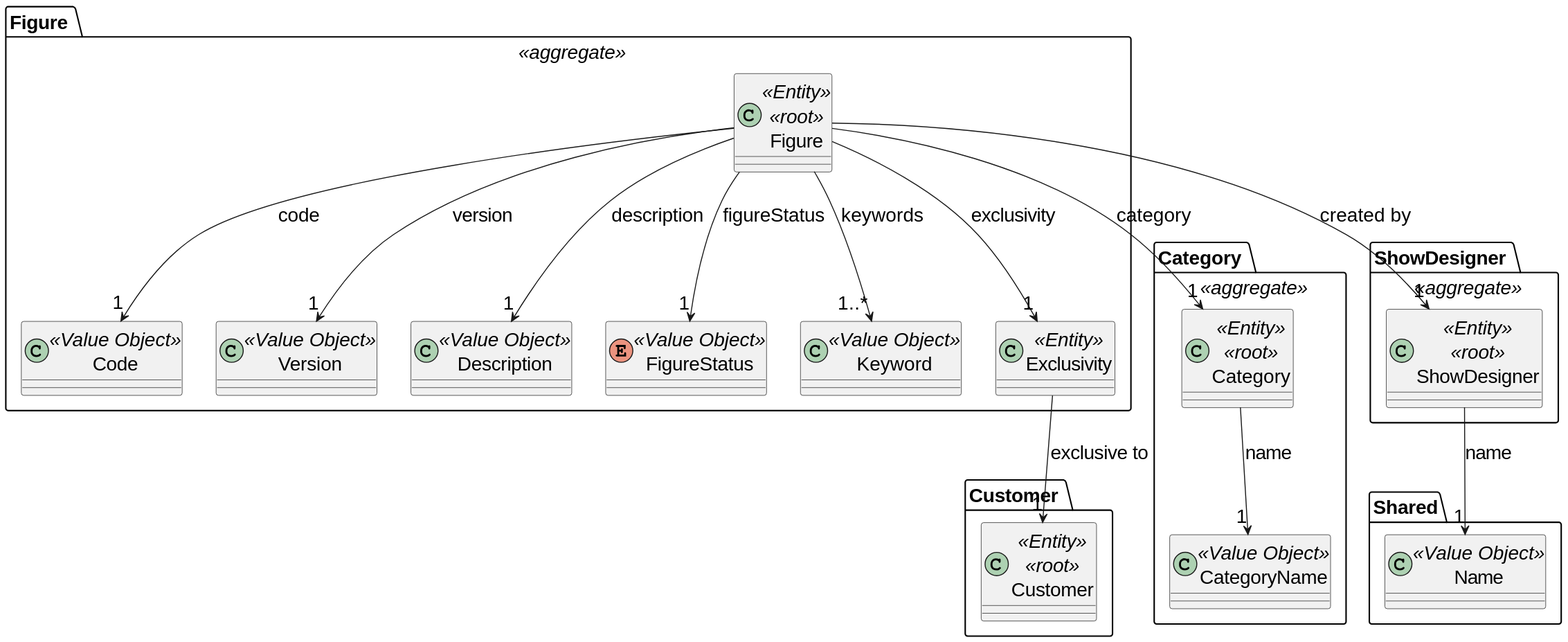
Before: docs/SPRINT_2/US233/images/domain_model_us233.svg, a diagram exported from PlantUML (diogoveirospro/sem4pi-2024-2025-sem4pi_2024_2025_g44).
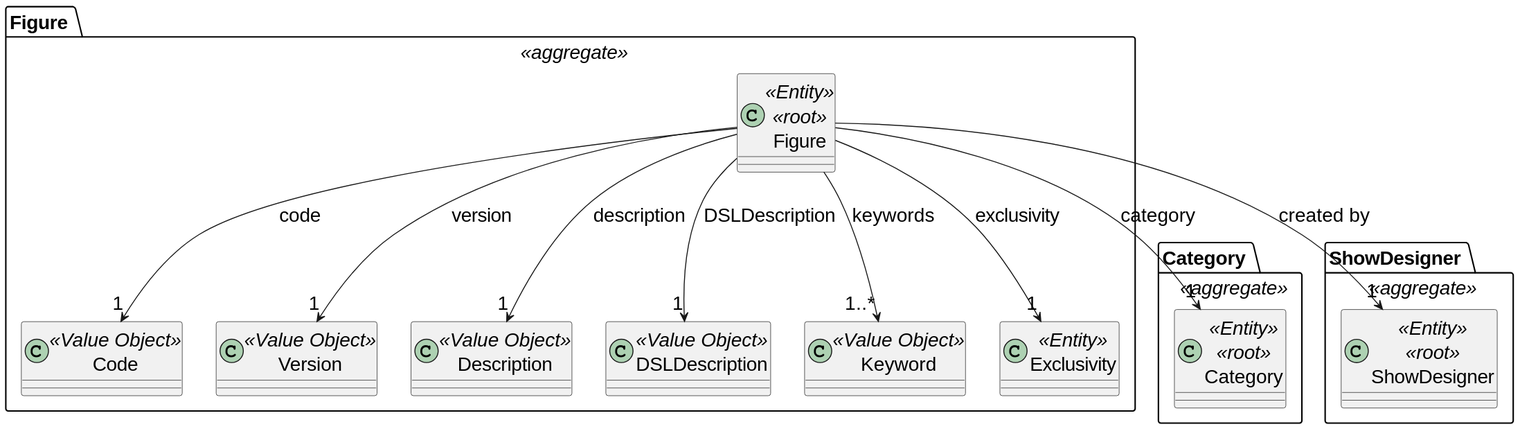
Above is the later version.

What changed in the source:
```diff
@@ -1,11 +1,5 @@
 @startuml
 skinparamlocked defaultFontSize 20
-
-package "Customer " {
-
-    class Customer <<Entity>> <<root>>{
-    }
-}
 
 package "Figure " <<aggregate>> {
 
@@ -21,7 +15,7 @@
     class Description <<Value Object>>{
     }
 
-    enum FigureStatus <<Value Object>>{
+    class DSLDescription <<Value Object>>{
     }
 
     class Keyword <<Value Object>>{
@@ -31,25 +25,19 @@
     }
 
 
+    Figure --> "1" DSLDescription: DSLDescription
     Figure --> "1..*" Keyword: keywords
     Figure --> "1" Exclusivity: exclusivity
     Figure --> "1" Code: code
     Figure --> "1" Version: version
     Figure --> "1" Description: description
-    Figure --> "1" FigureStatus: figureStatus
 
-    Exclusivity --> "1" Customer: exclusive to
 }
 
 package "Category " <<aggregate>>{
 
     class Category <<Entity>> <<root>>{
     }
-
-    class CategoryName <<Value Object>>{
-    }
-
-    Category --> "1" CategoryName: name
 
     Figure --> "1" Category: category
 }
@@ -61,12 +49,4 @@
 
     Figure --> "1" ShowDesigner: created by
 }
-
-package Shared {
-    class Name <<Value Object>>{
-    }
-
-    ShowDesigner --> "1" Name: name
-
-}
 @enduml
```
